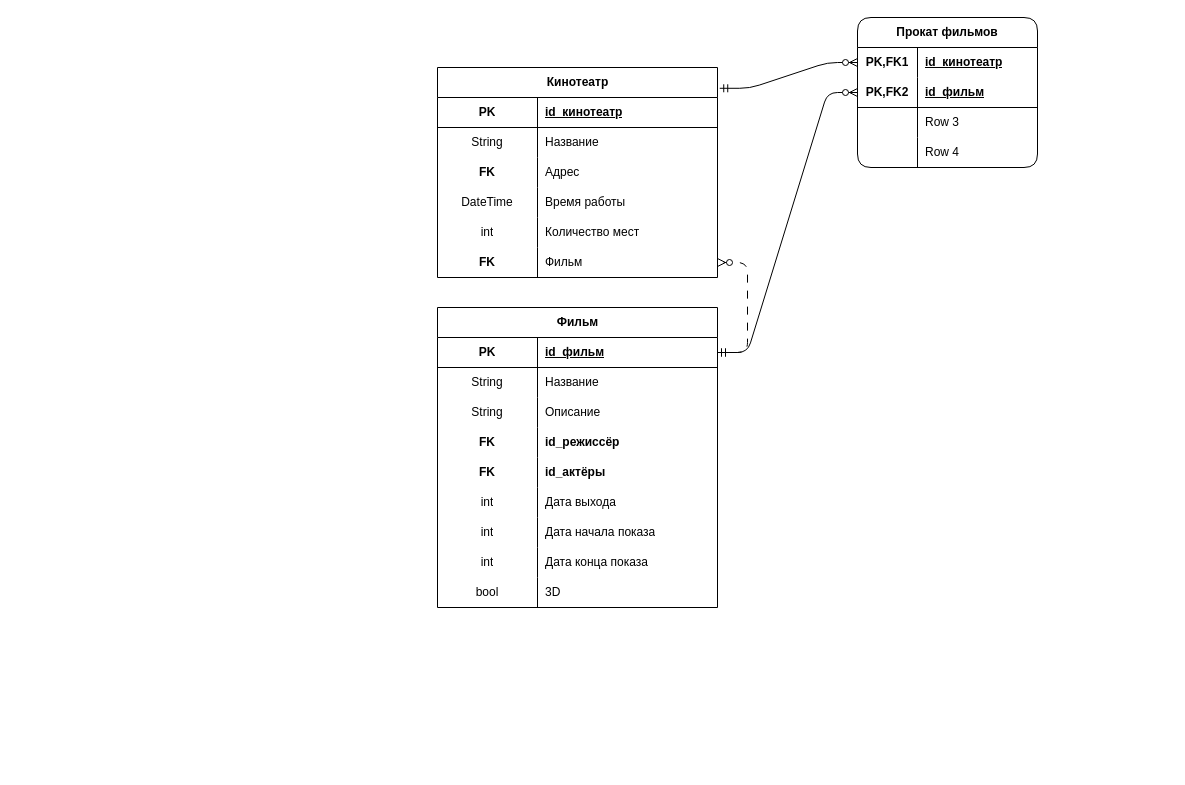
KREeDo5/data-bases keeps this draw.io diagram as LW_2/films.drawio. Above is the earlier version. Source tidied: cells renumbered, new cells numbered last; positions are measured from the earlier drawing's top-left corner, leaving out a move shared by most shapes. Both pictures are drawn from the tidied source at 100%, with x=0, y=0 at pixel (387, 17).
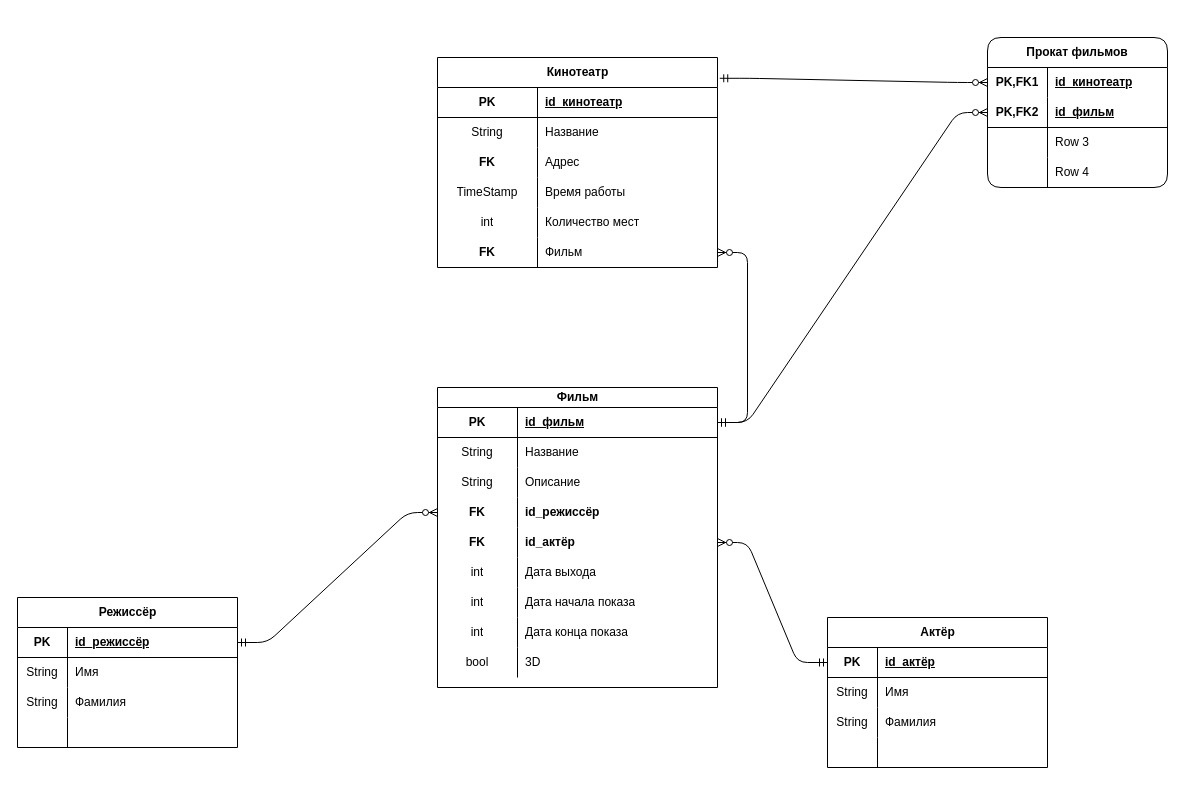
Above is the later version.

Commit message (it also covers changes not shown here):
временные файлы lw_2

Unchanged cells that the change refers to:
```xml
<mxCell id="40" style="shape=tableRow;horizontal=0;startSize=0;swimlaneHead=0;swimlaneBody=0;fillColor=none;top=0;left=0;right=0;bottom=0;rounded=1;" parent="30" vertex="1">
  <mxGeometry y="120" width="280" height="30" as="geometry" />
</mxCell>
<mxCell id="46" style="shape=tableRow;horizontal=0;startSize=0;swimlaneHead=0;swimlaneBody=0;fillColor=none;points=[[0,0.5],[1,0.5]];portConstraint=eastwest;top=0;left=0;right=0;bottom=0;rounded=1;" parent="30" vertex="1">
  <mxGeometry y="180" width="280" height="30" as="geometry" />
</mxCell>
```

Change to the diagram source:
```diff
@@
-    <mxCell id="2" value="Фильм" style="shape=table;startSize=30;childLayout=tableLayout;rowLines=0;fontStyle=1;align=center;html=1;rounded=0;" parent="1" vertex="1">
-      <mxGeometry x="50" y="290" width="280" height="300" as="geometry" />
+    <mxCell id="2" value="Фильм" style="shape=table;startSize=20;childLayout=tableLayout;rowLines=0;fontStyle=1;align=center;html=1;rounded=0;" parent="1" vertex="1">
+      <mxGeometry x="50" y="370" width="280" height="300" as="geometry" />
     </mxCell>
     <mxCell id="3" style="shape=tableRow;horizontal=0;startSize=0;swimlaneHead=0;swimlaneBody=0;fillColor=none;points=[[0,0.5],[1,0.5]];portConstraint=eastwest;top=0;left=0;right=0;bottom=1;rounded=1;" parent="2" vertex="1">
-      <mxGeometry y="30" width="280" height="30" as="geometry" />
+      <mxGeometry y="20" width="280" height="30" as="geometry" />
     </mxCell>
     <mxCell id="4" value="PK" style="shape=partialRectangle;fillColor=none;top=0;left=0;bottom=0;right=0;fontStyle=1;overflow=hidden;whiteSpace=wrap;html=1;rounded=1;" parent="3" vertex="1">
-      <mxGeometry width="100" height="30" as="geometry" />
+      <mxGeometry width="80" height="30" as="geometry" />
     </mxCell>
     <mxCell id="5" value="id_фильм" style="shape=partialRectangle;fillColor=none;top=0;left=0;bottom=0;right=0;align=left;spacingLeft=6;fontStyle=5;overflow=hidden;whiteSpace=wrap;html=1;rounded=1;" parent="3" vertex="1">
-      <mxGeometry x="100" width="180" height="30" as="geometry" />
+      <mxGeometry x="80" width="200" height="30" as="geometry" />
     </mxCell>
     <mxCell id="6" style="shape=tableRow;horizontal=0;startSize=0;swimlaneHead=0;swimlaneBody=0;fillColor=none;top=0;left=0;right=0;bottom=0;rounded=1;" parent="2" vertex="1">
-      <mxGeometry y="60" width="280" height="30" as="geometry" />
+      <mxGeometry y="50" width="280" height="30" as="geometry" />
     </mxCell>
     <mxCell id="7" value="String" style="shape=partialRectangle;fillColor=none;top=0;left=0;bottom=0;right=0;overflow=hidden;whiteSpace=wrap;html=1;rounded=1;" parent="6" vertex="1">
-      <mxGeometry width="100" height="30" as="geometry" />
+      <mxGeometry width="80" height="30" as="geometry" />
     </mxCell>
     <mxCell id="8" value="Название" style="shape=partialRectangle;fillColor=none;top=0;left=0;bottom=0;right=0;align=left;spacingLeft=6;overflow=hidden;whiteSpace=wrap;html=1;rounded=1;" parent="6" vertex="1">
-      <mxGeometry x="100" width="180" height="30" as="geometry" />
+      <mxGeometry x="80" width="200" height="30" as="geometry" />
     </mxCell>
     <mxCell id="9" style="shape=tableRow;horizontal=0;startSize=0;swimlaneHead=0;swimlaneBody=0;fillColor=none;top=0;left=0;right=0;bottom=0;rounded=1;" parent="2" vertex="1">
-      <mxGeometry y="90" width="280" height="30" as="geometry" />
+      <mxGeometry y="80" width="280" height="30" as="geometry" />
     </mxCell>
     <mxCell id="10" value="String" style="shape=partialRectangle;fillColor=none;top=0;left=0;bottom=0;right=0;overflow=hidden;whiteSpace=wrap;html=1;rounded=1;" parent="9" vertex="1">
-      <mxGeometry width="100" height="30" as="geometry" />
+      <mxGeometry width="80" height="30" as="geometry" />
     </mxCell>
     <mxCell id="11" value="Описание" style="shape=partialRectangle;fillColor=none;top=0;left=0;bottom=0;right=0;align=left;spacingLeft=6;overflow=hidden;whiteSpace=wrap;html=1;rounded=1;" parent="9" vertex="1">
-      <mxGeometry x="100" width="180" height="30" as="geometry" />
+      <mxGeometry x="80" width="200" height="30" as="geometry" />
     </mxCell>
     <mxCell id="12" style="shape=tableRow;horizontal=0;startSize=0;swimlaneHead=0;swimlaneBody=0;fillColor=none;points=[[0,0.5],[1,0.5]];portConstraint=eastwest;top=0;left=0;right=0;bottom=0;rounded=1;" parent="2" vertex="1">
-      <mxGeometry y="120" width="280" height="30" as="geometry" />
+      <mxGeometry y="110" width="280" height="30" as="geometry" />
     </mxCell>
     <mxCell id="13" value="&lt;b&gt;FK&lt;/b&gt;" style="shape=partialRectangle;fillColor=none;top=0;left=0;bottom=0;right=0;overflow=hidden;whiteSpace=wrap;html=1;rounded=1;" parent="12" vertex="1">
-      <mxGeometry width="100" height="30" as="geometry" />
+      <mxGeometry width="80" height="30" as="geometry" />
     </mxCell>
     <mxCell id="14" value="&lt;b&gt;id_режиссёр&lt;/b&gt;" style="shape=partialRectangle;fillColor=none;top=0;left=0;bottom=0;right=0;align=left;spacingLeft=6;overflow=hidden;whiteSpace=wrap;html=1;rounded=1;" parent="12" vertex="1">
-      <mxGeometry x="100" width="180" height="30" as="geometry" />
+      <mxGeometry x="80" width="200" height="30" as="geometry" />
     </mxCell>
     <mxCell id="15" style="shape=tableRow;horizontal=0;startSize=0;swimlaneHead=0;swimlaneBody=0;fillColor=none;points=[[0,0.5],[1,0.5]];portConstraint=eastwest;top=0;left=0;right=0;bottom=0;rounded=1;" parent="2" vertex="1">
-      <mxGeometry y="150" width="280" height="30" as="geometry" />
+      <mxGeometry y="140" width="280" height="30" as="geometry" />
     </mxCell>
     <mxCell id="16" value="&lt;b style=&quot;border-color: var(--border-color);&quot;&gt;FK&lt;/b&gt;" style="shape=partialRectangle;fillColor=none;top=0;left=0;bottom=0;right=0;overflow=hidden;whiteSpace=wrap;html=1;rounded=1;" parent="15" vertex="1">
-      <mxGeometry width="100" height="30" as="geometry" />
+      <mxGeometry width="80" height="30" as="geometry" />
     </mxCell>
-    <mxCell id="17" value="id_актёры" style="shape=partialRectangle;fillColor=none;top=0;left=0;bottom=0;right=0;align=left;spacingLeft=6;overflow=hidden;whiteSpace=wrap;html=1;rounded=1;fontStyle=1;" parent="15" vertex="1">
-      <mxGeometry x="100" width="180" height="30" as="geometry" />
+    <mxCell id="17" value="id_актёр" style="shape=partialRectangle;fillColor=none;top=0;left=0;bottom=0;right=0;align=left;spacingLeft=6;overflow=hidden;whiteSpace=wrap;html=1;rounded=1;fontStyle=1;" parent="15" vertex="1">
+      <mxGeometry x="80" width="200" height="30" as="geometry" />
     </mxCell>
     <mxCell id="18" style="shape=tableRow;horizontal=0;startSize=0;swimlaneHead=0;swimlaneBody=0;fillColor=none;top=0;left=0;right=0;bottom=0;rounded=1;" parent="2" vertex="1">
-      <mxGeometry y="180" width="280" height="30" as="geometry" />
+      <mxGeometry y="170" width="280" height="30" as="geometry" />
     </mxCell>
     <mxCell id="19" value="int" style="shape=partialRectangle;fillColor=none;top=0;left=0;bottom=0;right=0;overflow=hidden;whiteSpace=wrap;html=1;rounded=1;" parent="18" vertex="1">
-      <mxGeometry width="100" height="30" as="geometry" />
+      <mxGeometry width="80" height="30" as="geometry" />
     </mxCell>
     <mxCell id="20" value="Дата выхода" style="shape=partialRectangle;fillColor=none;top=0;left=0;bottom=0;right=0;align=left;spacingLeft=6;overflow=hidden;whiteSpace=wrap;html=1;rounded=1;" parent="18" vertex="1">
-      <mxGeometry x="100" width="180" height="30" as="geometry" />
+      <mxGeometry x="80" width="200" height="30" as="geometry" />
     </mxCell>
     <mxCell id="21" style="shape=tableRow;horizontal=0;startSize=0;swimlaneHead=0;swimlaneBody=0;fillColor=none;top=0;left=0;right=0;bottom=0;rounded=1;" parent="2" vertex="1">
-      <mxGeometry y="210" width="280" height="30" as="geometry" />
+      <mxGeometry y="200" width="280" height="30" as="geometry" />
     </mxCell>
     <mxCell id="22" value="int" style="shape=partialRectangle;fillColor=none;top=0;left=0;bottom=0;right=0;overflow=hidden;whiteSpace=wrap;html=1;rounded=1;" parent="21" vertex="1">
-      <mxGeometry width="100" height="30" as="geometry" />
+      <mxGeometry width="80" height="30" as="geometry" />
     </mxCell>
     <mxCell id="23" value="Дата начала показа" style="shape=partialRectangle;fillColor=none;top=0;left=0;bottom=0;right=0;align=left;spacingLeft=6;overflow=hidden;whiteSpace=wrap;html=1;rounded=1;" parent="21" vertex="1">
-      <mxGeometry x="100" width="180" height="30" as="geometry" />
+      <mxGeometry x="80" width="200" height="30" as="geometry" />
     </mxCell>
     <mxCell id="24" style="shape=tableRow;horizontal=0;startSize=0;swimlaneHead=0;swimlaneBody=0;fillColor=none;top=0;left=0;right=0;bottom=0;rounded=1;" parent="2" vertex="1">
-      <mxGeometry y="240" width="280" height="30" as="geometry" />
+      <mxGeometry y="230" width="280" height="30" as="geometry" />
     </mxCell>
     <mxCell id="25" value="int" style="shape=partialRectangle;fillColor=none;top=0;left=0;bottom=0;right=0;overflow=hidden;whiteSpace=wrap;html=1;rounded=1;" parent="24" vertex="1">
-      <mxGeometry width="100" height="30" as="geometry" />
+      <mxGeometry width="80" height="30" as="geometry" />
     </mxCell>
     <mxCell id="26" value="Дата конца показа" style="shape=partialRectangle;fillColor=none;top=0;left=0;bottom=0;right=0;align=left;spacingLeft=6;overflow=hidden;whiteSpace=wrap;html=1;rounded=1;" parent="24" vertex="1">
-      <mxGeometry x="100" width="180" height="30" as="geometry" />
+      <mxGeometry x="80" width="200" height="30" as="geometry" />
     </mxCell>
     <mxCell id="27" style="shape=tableRow;horizontal=0;startSize=0;swimlaneHead=0;swimlaneBody=0;fillColor=none;top=0;left=0;right=0;bottom=0;rounded=1;" parent="2" vertex="1">
-      <mxGeometry y="270" width="280" height="30" as="geometry" />
+      <mxGeometry y="260" width="280" height="30" as="geometry" />
     </mxCell>
     <mxCell id="28" value="bool" style="shape=partialRectangle;fillColor=none;top=0;left=0;bottom=0;right=0;overflow=hidden;whiteSpace=wrap;html=1;rounded=1;" parent="27" vertex="1">
-      <mxGeometry width="100" height="30" as="geometry" />
+      <mxGeometry width="80" height="30" as="geometry" />
     </mxCell>
     <mxCell id="29" value="3D" style="shape=partialRectangle;fillColor=none;top=0;left=0;bottom=0;right=0;align=left;spacingLeft=6;overflow=hidden;whiteSpace=wrap;html=1;rounded=1;" parent="27" vertex="1">
-      <mxGeometry x="100" width="180" height="30" as="geometry" />
+      <mxGeometry x="80" width="200" height="30" as="geometry" />
     </mxCell>
     <mxCell id="30" value="Кинотеатр" style="shape=table;startSize=30;childLayout=tableLayout;rowLines=0;fontStyle=1;align=center;html=1;rounded=0;" parent="1" vertex="1">
-      <mxGeometry x="50" y="50" width="280" height="210" as="geometry" />
+      <mxGeometry x="50" y="40" width="280" height="210" as="geometry" />
     </mxCell>
@@
-    <mxCell id="41" value="DateTime" style="shape=partialRectangle;fillColor=none;top=0;left=0;bottom=0;right=0;overflow=hidden;whiteSpace=wrap;html=1;rounded=1;" parent="40" vertex="1">
+    <mxCell id="41" value="TimeStamp" style="shape=partialRectangle;fillColor=none;top=0;left=0;bottom=0;right=0;overflow=hidden;whiteSpace=wrap;html=1;rounded=1;" parent="40" vertex="1">
       <mxGeometry width="100" height="30" as="geometry" />
     </mxCell>
@@
     <mxCell id="49" value="Прокат фильмов" style="shape=table;startSize=30;childLayout=tableLayout;rowLines=0;fontStyle=1;align=center;html=1;whiteSpace=wrap;rounded=1;" parent="1" vertex="1">
-      <mxGeometry x="470" width="180" height="150" as="geometry" />
+      <mxGeometry x="600" y="20" width="180" height="150" as="geometry" />
     </mxCell>
@@
-    <mxCell id="62" style="edgeStyle=entityRelationEdgeStyle;fontSize=12;html=1;endArrow=ERzeroToMany;startArrow=ERmandOne;rounded=1;entryX=1;entryY=0.5;entryDx=0;entryDy=0;exitX=1;exitY=0.5;exitDx=0;exitDy=0;dashed=1;dashPattern=8 8;" parent="1" edge="1" source="3" target="46">
+    <mxCell id="62" style="edgeStyle=entityRelationEdgeStyle;fontSize=12;html=1;endArrow=ERzeroToMany;startArrow=ERmandOne;rounded=1;entryX=1;entryY=0.5;entryDx=0;entryDy=0;exitX=1;exitY=0.5;exitDx=0;exitDy=0;" parent="1" edge="1" source="3" target="46">
       <mxGeometry relative="1" as="geometry">
         <Array as="points">
           <mxPoint y="350" />
           <mxPoint x="60" y="330" />
         </Array>
       </mxGeometry>
     </mxCell>
@@
+    <mxCell id="65" value="Режиссёр" style="shape=table;startSize=30;childLayout=tableLayout;rowLines=0;fontStyle=1;align=center;html=1;" parent="1" vertex="1">
+      <mxGeometry x="-370" y="580" width="220" height="150" as="geometry" />
+    </mxCell>
+    <mxCell id="66" style="shape=tableRow;horizontal=0;startSize=0;swimlaneHead=0;swimlaneBody=0;fillColor=none;points=[[0,0.5],[1,0.5]];portConstraint=eastwest;top=0;left=0;right=0;bottom=1;" parent="65" vertex="1">
+      <mxGeometry y="30" width="220" height="30" as="geometry" />
+    </mxCell>
+    <mxCell id="67" value="PK" style="shape=partialRectangle;fillColor=none;top=0;left=0;bottom=0;right=0;fontStyle=1;overflow=hidden;whiteSpace=wrap;html=1;" parent="66" vertex="1">
+      <mxGeometry width="50" height="30" as="geometry" />
+    </mxCell>
+    <mxCell id="68" value="id_режиссёр" style="shape=partialRectangle;fillColor=none;top=0;left=0;bottom=0;right=0;align=left;spacingLeft=6;fontStyle=5;overflow=hidden;whiteSpace=wrap;html=1;" parent="66" vertex="1">
+      <mxGeometry x="50" width="170" height="30" as="geometry" />
+    </mxCell>
+    <mxCell id="69" style="shape=tableRow;horizontal=0;startSize=0;swimlaneHead=0;swimlaneBody=0;fillColor=none;top=0;left=0;right=0;bottom=0;" parent="65" vertex="1">
+      <mxGeometry y="60" width="220" height="30" as="geometry" />
+    </mxCell>
+    <mxCell id="70" value="String" style="shape=partialRectangle;fillColor=none;top=0;left=0;bottom=0;right=0;overflow=hidden;whiteSpace=wrap;html=1;" parent="69" vertex="1">
+      <mxGeometry width="50" height="30" as="geometry" />
+    </mxCell>
+    <mxCell id="71" value="Имя" style="shape=partialRectangle;fillColor=none;top=0;left=0;bottom=0;right=0;align=left;spacingLeft=6;overflow=hidden;whiteSpace=wrap;html=1;" parent="69" vertex="1">
+      <mxGeometry x="50" width="170" height="30" as="geometry" />
+    </mxCell>
+    <mxCell id="72" style="shape=tableRow;horizontal=0;startSize=0;swimlaneHead=0;swimlaneBody=0;fillColor=none;top=0;left=0;right=0;bottom=0;" parent="65" vertex="1">
+      <mxGeometry y="90" width="220" height="30" as="geometry" />
+    </mxCell>
+    <mxCell id="73" value="String" style="shape=partialRectangle;fillColor=none;top=0;left=0;bottom=0;right=0;overflow=hidden;whiteSpace=wrap;html=1;" parent="72" vertex="1">
+      <mxGeometry width="50" height="30" as="geometry" />
+    </mxCell>
+    <mxCell id="74" value="Фамилия" style="shape=partialRectangle;fillColor=none;top=0;left=0;bottom=0;right=0;align=left;spacingLeft=6;overflow=hidden;whiteSpace=wrap;html=1;" parent="72" vertex="1">
+      <mxGeometry x="50" width="170" height="30" as="geometry" />
+    </mxCell>
+    <mxCell id="75" style="shape=tableRow;horizontal=0;startSize=0;swimlaneHead=0;swimlaneBody=0;fillColor=none;top=0;left=0;right=0;bottom=0;" parent="65" vertex="1">
+      <mxGeometry y="120" width="220" height="30" as="geometry" />
+    </mxCell>
+    <mxCell id="76" style="shape=partialRectangle;fillColor=none;top=0;left=0;bottom=0;right=0;overflow=hidden;whiteSpace=wrap;html=1;" parent="75" vertex="1">
+      <mxGeometry width="50" height="30" as="geometry" />
+    </mxCell>
+    <mxCell id="77" style="shape=partialRectangle;fillColor=none;top=0;left=0;bottom=0;right=0;align=left;spacingLeft=6;overflow=hidden;whiteSpace=wrap;html=1;" parent="75" vertex="1">
+      <mxGeometry x="50" width="170" height="30" as="geometry" />
+    </mxCell>
+    <mxCell id="78" style="edgeStyle=entityRelationEdgeStyle;fontSize=12;html=1;endArrow=ERzeroToMany;startArrow=ERmandOne;rounded=1;exitX=1;exitY=0.5;exitDx=0;exitDy=0;entryX=0;entryY=0.5;entryDx=0;entryDy=0;" parent="1" edge="1" source="66" target="12">
+      <mxGeometry relative="1" as="geometry" />
+    </mxCell>
+    <mxCell id="79" value="Актёр" style="shape=table;startSize=30;childLayout=tableLayout;rowLines=0;fontStyle=1;align=center;html=1;" parent="1" vertex="1">
+      <mxGeometry x="440" y="600" width="220" height="150" as="geometry" />
+    </mxCell>
+    <mxCell id="80" style="shape=tableRow;horizontal=0;startSize=0;swimlaneHead=0;swimlaneBody=0;fillColor=none;points=[[0,0.5],[1,0.5]];portConstraint=eastwest;top=0;left=0;right=0;bottom=1;" parent="79" vertex="1">
+      <mxGeometry y="30" width="220" height="30" as="geometry" />
+    </mxCell>
+    <mxCell id="81" value="PK" style="shape=partialRectangle;fillColor=none;top=0;left=0;bottom=0;right=0;fontStyle=1;overflow=hidden;whiteSpace=wrap;html=1;" parent="80" vertex="1">
+      <mxGeometry width="50" height="30" as="geometry" />
+    </mxCell>
+    <mxCell id="82" value="id_актёр" style="shape=partialRectangle;fillColor=none;top=0;left=0;bottom=0;right=0;align=left;spacingLeft=6;fontStyle=5;overflow=hidden;whiteSpace=wrap;html=1;" parent="80" vertex="1">
+      <mxGeometry x="50" width="170" height="30" as="geometry" />
+    </mxCell>
+    <mxCell id="83" style="shape=tableRow;horizontal=0;startSize=0;swimlaneHead=0;swimlaneBody=0;fillColor=none;top=0;left=0;right=0;bottom=0;" parent="79" vertex="1">
+      <mxGeometry y="60" width="220" height="30" as="geometry" />
+    </mxCell>
+    <mxCell id="84" value="String" style="shape=partialRectangle;fillColor=none;top=0;left=0;bottom=0;right=0;overflow=hidden;whiteSpace=wrap;html=1;" parent="83" vertex="1">
+      <mxGeometry width="50" height="30" as="geometry" />
+    </mxCell>
+    <mxCell id="85" value="Имя" style="shape=partialRectangle;fillColor=none;top=0;left=0;bottom=0;right=0;align=left;spacingLeft=6;overflow=hidden;whiteSpace=wrap;html=1;" parent="83" vertex="1">
+      <mxGeometry x="50" width="170" height="30" as="geometry" />
+    </mxCell>
+    <mxCell id="86" style="shape=tableRow;horizontal=0;startSize=0;swimlaneHead=0;swimlaneBody=0;fillColor=none;top=0;left=0;right=0;bottom=0;" parent="79" vertex="1">
+      <mxGeometry y="90" width="220" height="30" as="geometry" />
+    </mxCell>
+    <mxCell id="87" value="String" style="shape=partialRectangle;fillColor=none;top=0;left=0;bottom=0;right=0;overflow=hidden;whiteSpace=wrap;html=1;" parent="86" vertex="1">
+      <mxGeometry width="50" height="30" as="geometry" />
+    </mxCell>
+    <mxCell id="88" value="Фамилия" style="shape=partialRectangle;fillColor=none;top=0;left=0;bottom=0;right=0;align=left;spacingLeft=6;overflow=hidden;whiteSpace=wrap;html=1;" parent="86" vertex="1">
+      <mxGeometry x="50" width="170" height="30" as="geometry" />
+    </mxCell>
+    <mxCell id="89" style="shape=tableRow;horizontal=0;startSize=0;swimlaneHead=0;swimlaneBody=0;fillColor=none;top=0;left=0;right=0;bottom=0;" parent="79" vertex="1">
+      <mxGeometry y="120" width="220" height="30" as="geometry" />
+    </mxCell>
+    <mxCell id="90" style="shape=partialRectangle;fillColor=none;top=0;left=0;bottom=0;right=0;overflow=hidden;whiteSpace=wrap;html=1;" parent="89" vertex="1">
+      <mxGeometry width="50" height="30" as="geometry" />
+    </mxCell>
+    <mxCell id="91" style="shape=partialRectangle;fillColor=none;top=0;left=0;bottom=0;right=0;align=left;spacingLeft=6;overflow=hidden;whiteSpace=wrap;html=1;" parent="89" vertex="1">
+      <mxGeometry x="50" width="170" height="30" as="geometry" />
+    </mxCell>
+    <mxCell id="92" style="edgeStyle=entityRelationEdgeStyle;fontSize=12;html=1;endArrow=ERzeroToMany;startArrow=ERmandOne;rounded=1;exitX=0;exitY=0.5;exitDx=0;exitDy=0;entryX=1;entryY=0.5;entryDx=0;entryDy=0;" parent="1" edge="1" source="80" target="15">
+      <mxGeometry relative="1" as="geometry" />
+    </mxCell>
```
